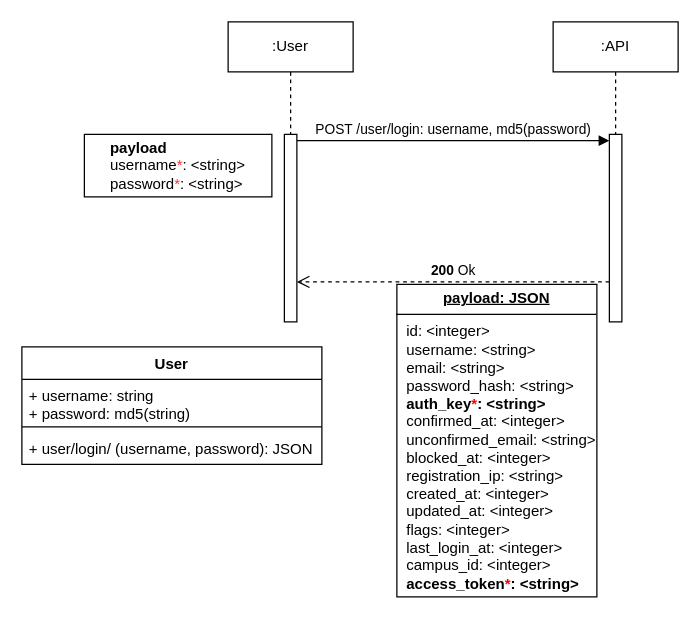
The draw.io diagram page "API Authorization Workflow" (1 of 10) of scholar-api-flows1.drawio in olougepa/scholar-api, before the edit. Source tidied: cells renumbered, new cells numbered last; positions are measured from the earlier drawing's top-left corner, leaving out a move shared by most shapes. Both pictures are drawn from the tidied source at 125%, with x=0, y=0 at pixel (21, 21).
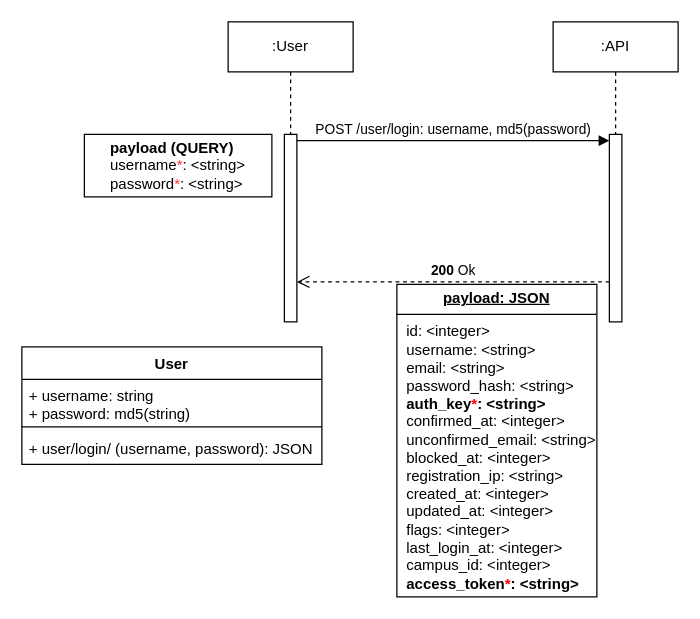
After the change.

Diff of the diagram source:
```diff
@@
 <mxGraphModel>
   <root>
     <mxCell id="0" />
     <mxCell id="1" parent="0" />
     <mxCell id="2" value="User" style="swimlane;fontStyle=1;align=center;verticalAlign=top;horizontal=1;startSize=26;whiteSpace=wrap;html=1;" parent="1" vertex="1">
       <mxGeometry y="260" width="240" height="94" as="geometry" />
     </mxCell>
     <mxCell id="3" value="+ username: string&lt;div&gt;+ password: md5(string)&lt;/div&gt;" style="text;strokeColor=none;fillColor=none;align=left;verticalAlign=top;spacingLeft=4;spacingRight=4;overflow=hidden;whiteSpace=wrap;html=1;" parent="2" vertex="1">
       <mxGeometry y="26" width="240" height="34" as="geometry" />
     </mxCell>
     <mxCell id="4" style="line;strokeWidth=1;fillColor=none;align=left;verticalAlign=middle;spacingTop=-1;spacingLeft=3;spacingRight=3;labelPosition=right;strokeColor=inherit;" parent="2" vertex="1">
       <mxGeometry y="60" width="240" height="8" as="geometry" />
     </mxCell>
     <mxCell id="5" value="+ user/login/ (username, password): JSON" style="text;strokeColor=none;fillColor=none;align=left;verticalAlign=top;spacingLeft=4;spacingRight=4;overflow=hidden;whiteSpace=wrap;html=1;" parent="2" vertex="1">
       <mxGeometry y="68" width="240" height="26" as="geometry" />
     </mxCell>
     <mxCell id="6" style="html=1;points=[[0,0,0,0,5],[0,1,0,0,-5],[1,0,0,0,5],[1,1,0,0,-5]];perimeter=orthogonalPerimeter;outlineConnect=0;targetShapes=umlLifeline;portConstraint=eastwest;newEdgeStyle={&quot;curved&quot;:0,&quot;rounded&quot;:0};" parent="1" vertex="1">
       <mxGeometry x="470" y="90" width="10" height="150" as="geometry" />
     </mxCell>
     <mxCell id="7" value="POST /user/login: username, md5(password)" style="html=1;verticalAlign=bottom;endArrow=block;curved=0;rounded=0;entryX=0;entryY=0;entryDx=0;entryDy=5;" parent="1" edge="1" source="9" target="6">
       <mxGeometry relative="1" as="geometry" />
     </mxCell>
     <mxCell id="8" value="&lt;b&gt;200&lt;/b&gt; Ok" style="html=1;verticalAlign=bottom;endArrow=open;dashed=1;endSize=8;curved=0;rounded=0;" parent="1" edge="1" source="6">
       <mxGeometry relative="1" as="geometry">
         <mxPoint x="220" y="208" as="targetPoint" />
       </mxGeometry>
     </mxCell>
     <mxCell id="9" style="html=1;points=[[0,0,0,0,5],[0,1,0,0,-5],[1,0,0,0,5],[1,1,0,0,-5]];perimeter=orthogonalPerimeter;outlineConnect=0;targetShapes=umlLifeline;portConstraint=eastwest;newEdgeStyle={&quot;curved&quot;:0,&quot;rounded&quot;:0};" parent="1" vertex="1">
       <mxGeometry x="210" y="90" width="10" height="150" as="geometry" />
     </mxCell>
     <mxCell id="10" value="&lt;p style=&quot;margin:0px;margin-top:4px;text-align:center;text-decoration:underline;&quot;&gt;&lt;b&gt;payload: JSON&lt;/b&gt;&lt;/p&gt;&lt;hr size=&quot;1&quot; style=&quot;border-style:solid;&quot;&gt;&lt;p style=&quot;margin:0px;margin-left:8px;&quot;&gt;id: &amp;lt;integer&amp;gt;&lt;br&gt;username: &amp;lt;string&amp;gt;&lt;br&gt;email: &amp;lt;string&amp;gt;&lt;/p&gt;&lt;p style=&quot;margin:0px;margin-left:8px;&quot;&gt;password_hash: &amp;lt;string&amp;gt;&lt;/p&gt;&lt;p style=&quot;margin:0px;margin-left:8px;&quot;&gt;&lt;b&gt;auth_key&lt;font color=&quot;#ff0000&quot;&gt;*&lt;/font&gt;: &amp;lt;string&amp;gt;&lt;/b&gt;&lt;/p&gt;&lt;p style=&quot;margin:0px;margin-left:8px;&quot;&gt;confirmed_at: &amp;lt;integer&amp;gt;&lt;/p&gt;&lt;p style=&quot;margin:0px;margin-left:8px;&quot;&gt;unconfirmed_email: &amp;lt;string&amp;gt;&lt;/p&gt;&lt;p style=&quot;margin:0px;margin-left:8px;&quot;&gt;blocked_at: &amp;lt;integer&amp;gt;&lt;/p&gt;&lt;p style=&quot;margin:0px;margin-left:8px;&quot;&gt;registration_ip: &amp;lt;string&amp;gt;&lt;/p&gt;&lt;p style=&quot;margin:0px;margin-left:8px;&quot;&gt;created_at: &amp;lt;integer&amp;gt;&lt;/p&gt;&lt;p style=&quot;margin:0px;margin-left:8px;&quot;&gt;updated_at: &amp;lt;integer&amp;gt;&lt;/p&gt;&lt;p style=&quot;margin:0px;margin-left:8px;&quot;&gt;flags: &amp;lt;integer&amp;gt;&lt;/p&gt;&lt;p style=&quot;margin:0px;margin-left:8px;&quot;&gt;last_login_at: &amp;lt;integer&amp;gt;&lt;/p&gt;&lt;p style=&quot;margin:0px;margin-left:8px;&quot;&gt;campus_id: &amp;lt;integer&amp;gt;&lt;/p&gt;&lt;p style=&quot;margin:0px;margin-left:8px;&quot;&gt;&lt;b&gt;access_token&lt;font color=&quot;#ff0000&quot;&gt;*&lt;/font&gt;: &amp;lt;string&amp;gt;&lt;/b&gt;&lt;/p&gt;" style="verticalAlign=top;align=left;overflow=fill;html=1;whiteSpace=wrap;" parent="1" vertex="1">
       <mxGeometry x="300" y="210" width="160" height="250" as="geometry" />
     </mxCell>
     <mxCell id="11" value=":User" style="shape=umlLifeline;perimeter=lifelinePerimeter;whiteSpace=wrap;html=1;newEdgeStyle={&quot;curved&quot;:0,&quot;rounded&quot;:0};" parent="1" vertex="1">
       <mxGeometry x="165" width="100" height="90" as="geometry" />
     </mxCell>
     <mxCell id="12" value=":API" style="shape=umlLifeline;perimeter=lifelinePerimeter;whiteSpace=wrap;html=1;newEdgeStyle={&quot;curved&quot;:0,&quot;rounded&quot;:0};" parent="1" vertex="1">
       <mxGeometry x="425" width="100" height="90" as="geometry" />
     </mxCell>
-    <mxCell id="13" value="&lt;div style=&quot;text-align: left;&quot;&gt;&lt;b style=&quot;background-color: initial;&quot;&gt;payload&lt;/b&gt;&lt;/div&gt;&lt;div style=&quot;text-align: left;&quot;&gt;username&lt;font color=&quot;#ff3333&quot;&gt;*&lt;/font&gt;: &amp;lt;string&amp;gt;&lt;/div&gt;&lt;div style=&quot;text-align: left;&quot;&gt;password&lt;font color=&quot;#ff3333&quot;&gt;*&lt;/font&gt;: &amp;lt;string&amp;gt;&lt;/div&gt;" style="html=1;whiteSpace=wrap;" parent="1" vertex="1">
+    <mxCell id="13" value="&lt;div style=&quot;text-align: left;&quot;&gt;&lt;b style=&quot;background-color: initial;&quot;&gt;payload (QUERY)&lt;/b&gt;&lt;/div&gt;&lt;div style=&quot;text-align: left;&quot;&gt;username&lt;font color=&quot;#ff3333&quot;&gt;*&lt;/font&gt;: &amp;lt;string&amp;gt;&lt;/div&gt;&lt;div style=&quot;text-align: left;&quot;&gt;password&lt;font color=&quot;#ff3333&quot;&gt;*&lt;/font&gt;: &amp;lt;string&amp;gt;&lt;/div&gt;" style="html=1;whiteSpace=wrap;" parent="1" vertex="1">
       <mxGeometry x="50" y="90" width="150" height="50" as="geometry" />
     </mxCell>
   </root>
 </mxGraphModel>
```
